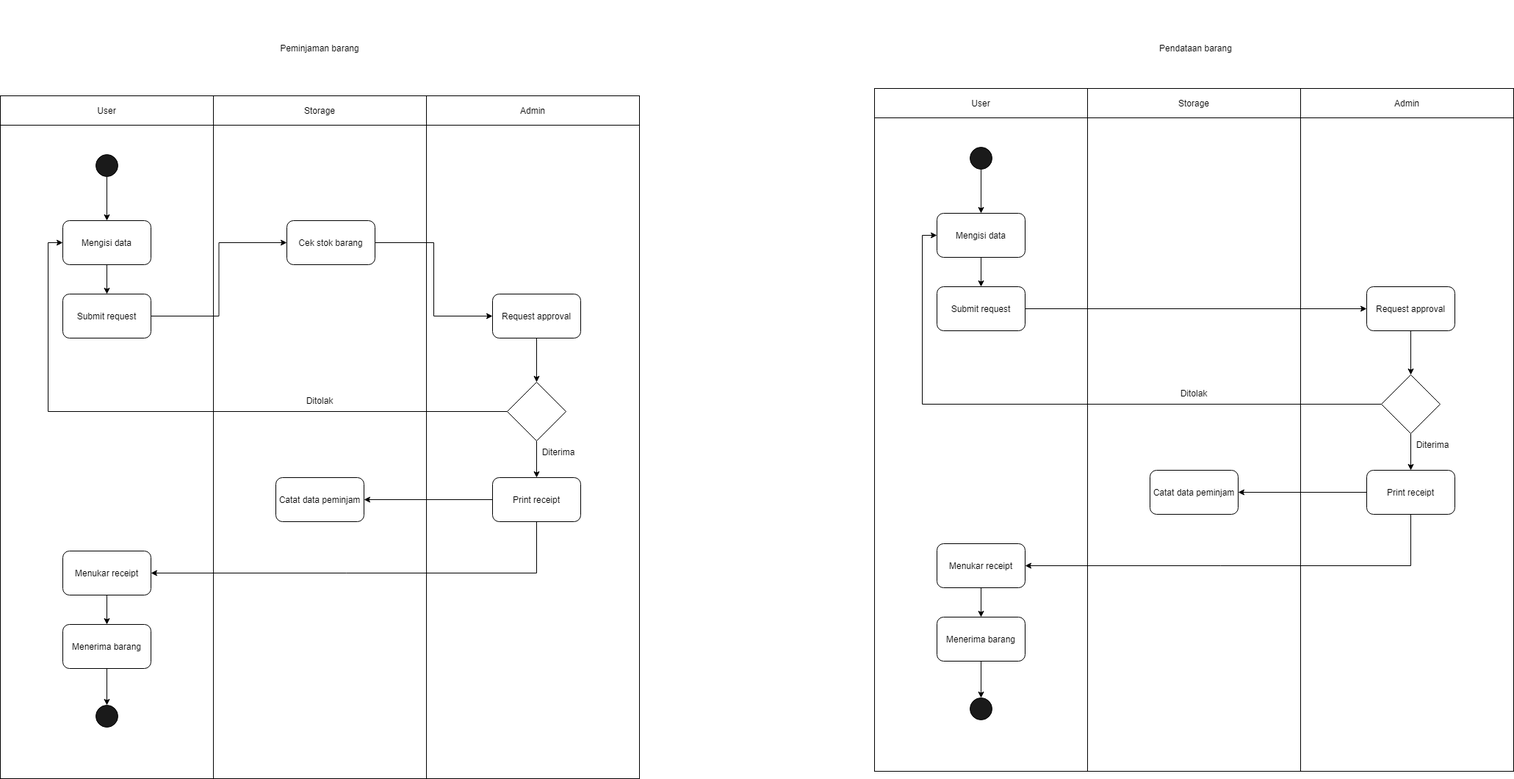
Earlier version of the draw.io export diagrams/Activity Diagram.drawio.png (johannfac/aplikasipeminjamanaset). Source tidied: cells renumbered, new cells last; positions are measured from the earlier drawing's top-left corner, leaving out a move shared by most shapes.
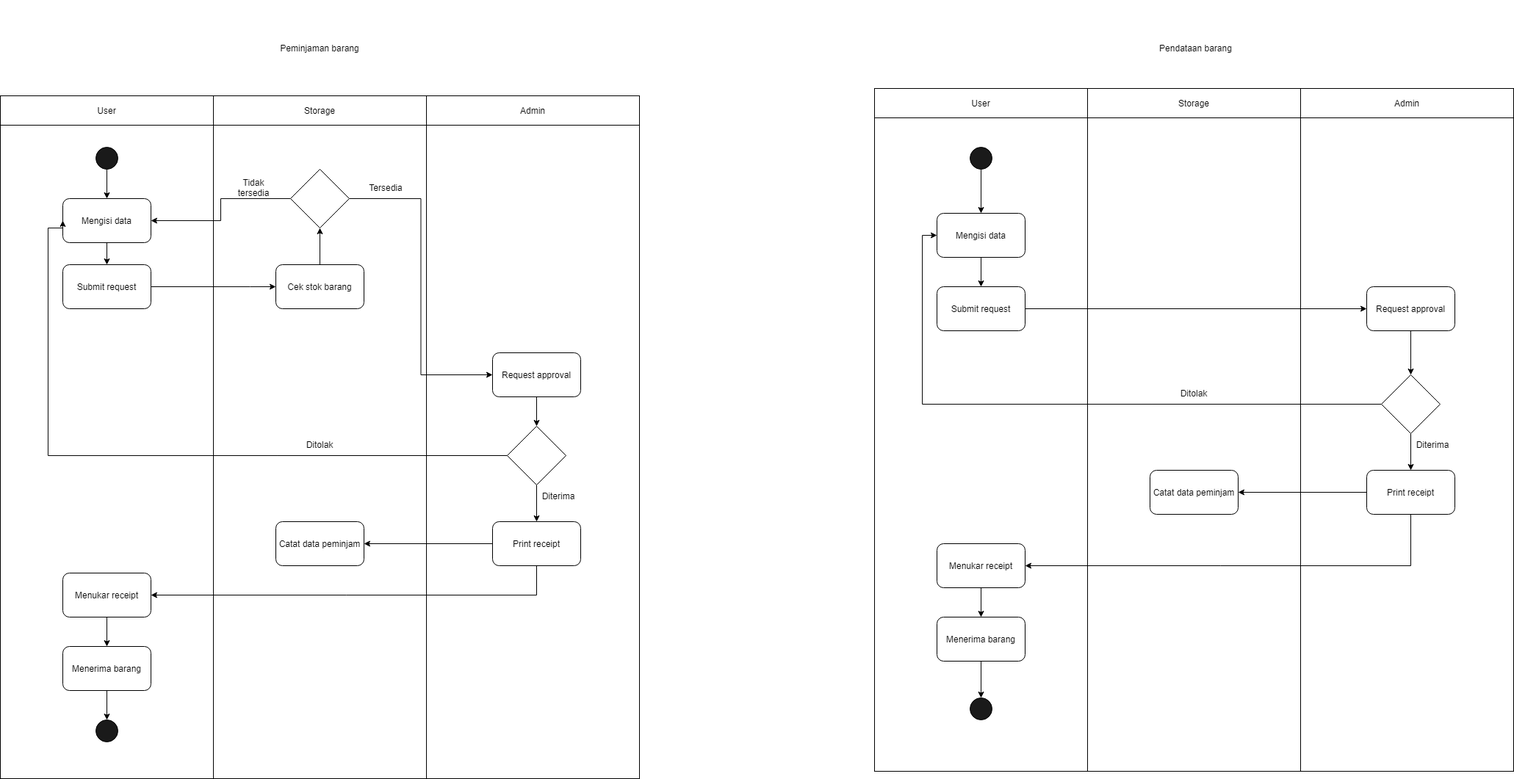
The same file after the commit.

Change to the diagram source:
```diff
@@ -12,13 +12,13 @@
       <mxGeometry relative="1" as="geometry" />
     </mxCell>
     <mxCell id="5" style="ellipse;whiteSpace=wrap;html=1;fillColor=#1A1A1A;" parent="1" vertex="1">
-      <mxGeometry x="130" y="210" width="30" height="30" as="geometry" />
+      <mxGeometry x="130" y="200" width="30" height="30" as="geometry" />
     </mxCell>
     <mxCell id="6" style="edgeStyle=orthogonalEdgeStyle;rounded=0;jettySize=auto;html=1;exitX=0.5;exitY=1;exitDx=0;exitDy=0;entryX=0.5;entryY=0;entryDx=0;entryDy=0;" parent="1" edge="1" source="7" target="15">
       <mxGeometry relative="1" as="geometry" />
     </mxCell>
     <mxCell id="7" value="Mengisi data" style="rounded=1;whiteSpace=wrap;html=1;fillColor=#FFFFFF;" parent="1" vertex="1">
-      <mxGeometry x="85" y="300" width="120" height="60" as="geometry" />
+      <mxGeometry x="85" y="270" width="120" height="60" as="geometry" />
     </mxCell>
     <mxCell id="8" value="Pendataan barang" style="text;html=1;strokeColor=none;fillColor=none;align=center;verticalAlign=middle;whiteSpace=wrap;rounded=0;" parent="1" vertex="1">
       <mxGeometry x="1560" y="20" width="135" height="90" as="geometry" />
@@ -39,25 +39,36 @@
       <mxGeometry x="315" width="240" height="130" as="geometry" />
     </mxCell>
     <mxCell id="14" style="edgeStyle=orthogonalEdgeStyle;rounded=0;jettySize=auto;html=1;exitX=1;exitY=0.5;exitDx=0;exitDy=0;entryX=0;entryY=0.5;entryDx=0;entryDy=0;" parent="1" edge="1" source="15" target="35">
-      <mxGeometry relative="1" as="geometry" />
+      <mxGeometry relative="1" as="geometry">
+        <Array as="points">
+          <mxPoint x="340" y="390" />
+          <mxPoint x="340" y="390" />
+        </Array>
+      </mxGeometry>
     </mxCell>
     <mxCell id="15" value="Submit request" style="rounded=1;whiteSpace=wrap;html=1;fillColor=#FFFFFF;" parent="1" vertex="1">
-      <mxGeometry x="85" y="400" width="120" height="60" as="geometry" />
+      <mxGeometry x="85" y="360" width="120" height="60" as="geometry" />
     </mxCell>
     <mxCell id="16" style="edgeStyle=orthogonalEdgeStyle;rounded=0;jettySize=auto;html=1;exitX=0.5;exitY=1;exitDx=0;exitDy=0;entryX=0.5;entryY=0;entryDx=0;entryDy=0;" parent="1" edge="1" source="17" target="20">
       <mxGeometry relative="1" as="geometry" />
     </mxCell>
     <mxCell id="17" value="Request approval" style="rounded=1;whiteSpace=wrap;html=1;fillColor=#FFFFFF;" parent="1" vertex="1">
-      <mxGeometry x="670" y="400" width="120" height="60" as="geometry" />
+      <mxGeometry x="670" y="480" width="120" height="60" as="geometry" />
     </mxCell>
     <mxCell id="18" style="edgeStyle=orthogonalEdgeStyle;rounded=0;jettySize=auto;html=1;exitX=0;exitY=0.5;exitDx=0;exitDy=0;entryX=0;entryY=0.5;entryDx=0;entryDy=0;" parent="1" edge="1" source="20" target="7">
-      <mxGeometry relative="1" as="geometry" />
+      <mxGeometry relative="1" as="geometry">
+        <Array as="points">
+          <mxPoint x="65" y="620" />
+          <mxPoint x="65" y="310" />
+          <mxPoint x="85" y="310" />
+        </Array>
+      </mxGeometry>
     </mxCell>
     <mxCell id="19" style="edgeStyle=orthogonalEdgeStyle;rounded=0;jettySize=auto;html=1;exitX=0.5;exitY=1;exitDx=0;exitDy=0;" parent="1" edge="1" source="20" target="23">
       <mxGeometry relative="1" as="geometry" />
     </mxCell>
     <mxCell id="20" style="rhombus;whiteSpace=wrap;html=1;" parent="1" vertex="1">
-      <mxGeometry x="690" y="520" width="80" height="80" as="geometry" />
+      <mxGeometry x="690" y="580" width="80" height="80" as="geometry" />
     </mxCell>
     <mxCell id="21" style="edgeStyle=orthogonalEdgeStyle;rounded=0;jettySize=auto;html=1;exitX=0;exitY=0.5;exitDx=0;exitDy=0;entryX=1;entryY=0.5;entryDx=0;entryDy=0;" parent="1" edge="1" source="23" target="28">
       <mxGeometry relative="1" as="geometry" />
@@ -66,43 +77,43 @@
       <mxGeometry relative="1" as="geometry" />
     </mxCell>
     <mxCell id="23" value="Print receipt" style="rounded=1;whiteSpace=wrap;html=1;fillColor=#FFFFFF;" parent="1" vertex="1">
-      <mxGeometry x="670" y="650" width="120" height="60" as="geometry" />
+      <mxGeometry x="670" y="710" width="120" height="60" as="geometry" />
     </mxCell>
     <mxCell id="24" value="Ditolak" style="text;html=1;strokeColor=none;fillColor=none;align=center;verticalAlign=middle;whiteSpace=wrap;rounded=0;" parent="1" vertex="1">
-      <mxGeometry x="405" y="530" width="60" height="30" as="geometry" />
+      <mxGeometry x="405" y="590" width="60" height="30" as="geometry" />
     </mxCell>
     <mxCell id="25" value="Diterima" style="text;html=1;strokeColor=none;fillColor=none;align=center;verticalAlign=middle;whiteSpace=wrap;rounded=0;" parent="1" vertex="1">
-      <mxGeometry x="730" y="600" width="60" height="30" as="geometry" />
+      <mxGeometry x="730" y="660" width="60" height="30" as="geometry" />
     </mxCell>
     <mxCell id="26" style="edgeStyle=orthogonalEdgeStyle;rounded=0;jettySize=auto;html=1;exitX=0.5;exitY=1;exitDx=0;exitDy=0;entryX=0.5;entryY=0;entryDx=0;entryDy=0;" parent="1" edge="1" source="27" target="30">
       <mxGeometry relative="1" as="geometry" />
     </mxCell>
     <mxCell id="27" value="Menukar receipt" style="rounded=1;whiteSpace=wrap;html=1;fillColor=#FFFFFF;" parent="1" vertex="1">
-      <mxGeometry x="85" y="750" width="120" height="60" as="geometry" />
+      <mxGeometry x="85" y="780" width="120" height="60" as="geometry" />
     </mxCell>
     <mxCell id="28" value="Catat data peminjam" style="rounded=1;whiteSpace=wrap;html=1;fillColor=#FFFFFF;" parent="1" vertex="1">
-      <mxGeometry x="375" y="650" width="120" height="60" as="geometry" />
+      <mxGeometry x="375" y="710" width="120" height="60" as="geometry" />
     </mxCell>
     <mxCell id="29" style="edgeStyle=orthogonalEdgeStyle;rounded=0;jettySize=auto;html=1;exitX=0.5;exitY=1;exitDx=0;exitDy=0;entryX=0.5;entryY=0;entryDx=0;entryDy=0;" parent="1" edge="1" source="30" target="31">
       <mxGeometry relative="1" as="geometry" />
     </mxCell>
     <mxCell id="30" value="Menerima barang" style="rounded=1;whiteSpace=wrap;html=1;fillColor=#FFFFFF;" parent="1" vertex="1">
-      <mxGeometry x="85" y="850" width="120" height="60" as="geometry" />
+      <mxGeometry x="85" y="880" width="120" height="60" as="geometry" />
     </mxCell>
     <mxCell id="31" style="ellipse;whiteSpace=wrap;html=1;fillColor=#1A1A1A;" parent="1" vertex="1">
-      <mxGeometry x="130" y="960" width="30" height="30" as="geometry" />
+      <mxGeometry x="130" y="980" width="30" height="30" as="geometry" />
     </mxCell>
     <mxCell id="32" style="rounded=0;whiteSpace=wrap;html=1;fillColor=#FFFFFF;" parent="1" vertex="1">
       <mxGeometry x="1480" y="160" width="290" height="890" as="geometry" />
     </mxCell>
-    <mxCell id="33" style="edgeStyle=orthogonalEdgeStyle;rounded=0;jettySize=auto;html=1;exitX=1;exitY=0.5;exitDx=0;exitDy=0;entryX=0;entryY=0.5;entryDx=0;entryDy=0;" parent="1" edge="1" source="35" target="17">
-      <mxGeometry relative="1" as="geometry" />
-    </mxCell>
     <mxCell id="34" style="rounded=0;whiteSpace=wrap;html=1;fillColor=#FFFFFF;" parent="1" vertex="1">
       <mxGeometry x="1190" y="160" width="290" height="890" as="geometry" />
     </mxCell>
+    <mxCell id="62" style="edgeStyle=orthogonalEdgeStyle;rounded=0;jettySize=auto;html=1;exitX=0.5;exitY=0;exitDx=0;exitDy=0;entryX=0.5;entryY=1;entryDx=0;entryDy=0;" parent="1" edge="1" source="35" target="65">
+      <mxGeometry relative="1" as="geometry" />
+    </mxCell>
     <mxCell id="35" value="Cek stok barang" style="rounded=1;whiteSpace=wrap;html=1;fillColor=#FFFFFF;" parent="1" vertex="1">
-      <mxGeometry x="390" y="300" width="120" height="60" as="geometry" />
+      <mxGeometry x="375" y="360" width="120" height="60" as="geometry" />
     </mxCell>
     <mxCell id="36" style="edgeStyle=orthogonalEdgeStyle;rounded=0;jettySize=auto;html=1;exitX=0.5;exitY=1;exitDx=0;exitDy=0;" parent="1" edge="1" source="37" target="39">
       <mxGeometry relative="1" as="geometry" />
@@ -182,5 +193,20 @@
     <mxCell id="61" style="ellipse;whiteSpace=wrap;html=1;fillColor=#1A1A1A;" parent="1" vertex="1">
       <mxGeometry x="1320" y="950" width="30" height="30" as="geometry" />
     </mxCell>
+    <mxCell id="63" style="edgeStyle=orthogonalEdgeStyle;rounded=0;jettySize=auto;html=1;exitX=1;exitY=0.5;exitDx=0;exitDy=0;entryX=0;entryY=0.5;entryDx=0;entryDy=0;" parent="1" edge="1" source="65" target="17">
+      <mxGeometry relative="1" as="geometry" />
+    </mxCell>
+    <mxCell id="64" style="edgeStyle=orthogonalEdgeStyle;rounded=0;jettySize=auto;html=1;exitX=0;exitY=0.5;exitDx=0;exitDy=0;entryX=1;entryY=0.5;entryDx=0;entryDy=0;" parent="1" edge="1" source="65" target="7">
+      <mxGeometry relative="1" as="geometry" />
+    </mxCell>
+    <mxCell id="65" style="rhombus;whiteSpace=wrap;html=1;" parent="1" vertex="1">
+      <mxGeometry x="395" y="230" width="80" height="80" as="geometry" />
+    </mxCell>
+    <mxCell id="66" value="Tidak tersedia" style="text;html=1;strokeColor=none;fillColor=none;align=center;verticalAlign=middle;whiteSpace=wrap;rounded=0;" parent="1" vertex="1">
+      <mxGeometry x="315" y="240" width="60" height="30" as="geometry" />
+    </mxCell>
+    <mxCell id="67" value="Tersedia" style="text;html=1;strokeColor=none;fillColor=none;align=center;verticalAlign=middle;whiteSpace=wrap;rounded=0;" parent="1" vertex="1">
+      <mxGeometry x="495" y="240" width="60" height="30" as="geometry" />
+    </mxCell>
   </root>
 </mxGraphModel>
```
